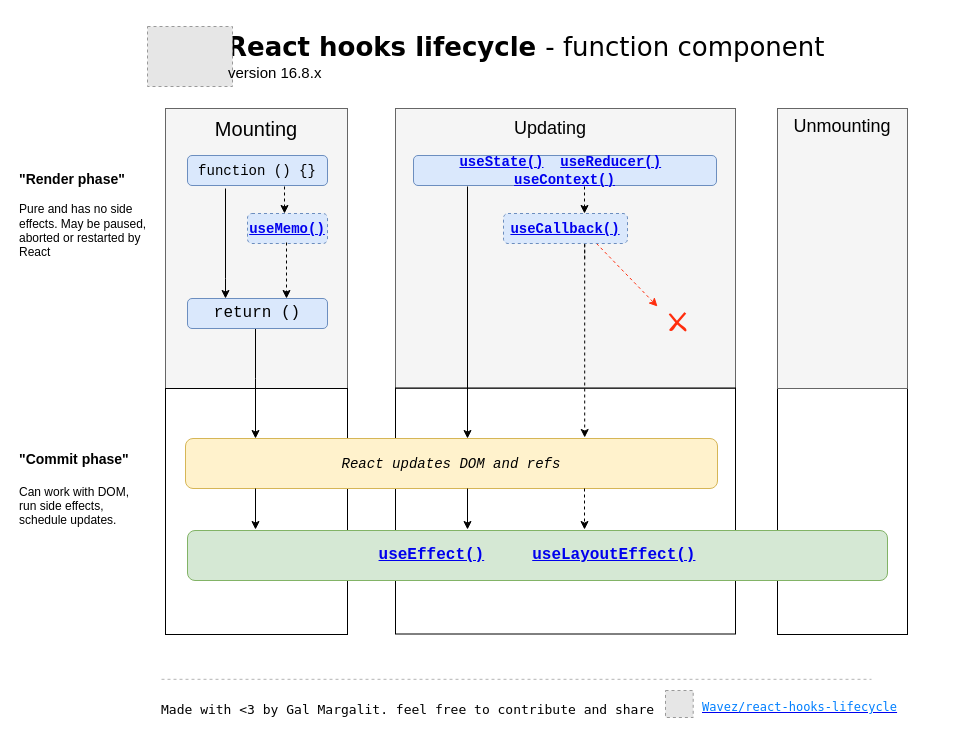
Above: index.drawio in Wavez/react-hooks-lifecycle (draw.io), before the change. Source tidied: cells renumbered, new cells numbered last; positions are measured from the earlier drawing's top-left corner, leaving out a move shared by most shapes. Both pictures are drawn from the tidied source at 100%, with x=0, y=0 at pixel (17, 26). Pictures stored in the file or linked from it are replaced by grey dashed boxes.
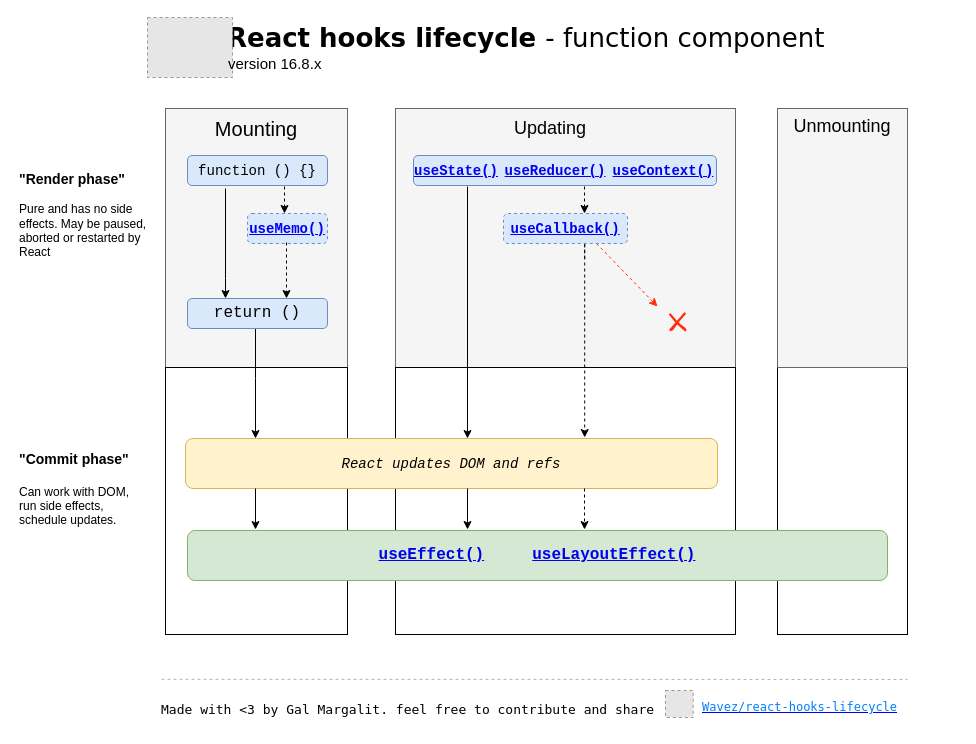
The same page after the edit.

Diff of the diagram source:
```diff
@@
     <mxCell id="2" style="rounded=0;whiteSpace=wrap;html=1;fillColor=none;" parent="1" vertex="1">
-      <mxGeometry x="760" y="362" width="130" height="246" as="geometry" />
+      <mxGeometry x="760" y="341" width="130" height="267" as="geometry" />
     </mxCell>
     <mxCell id="3" style="rounded=0;whiteSpace=wrap;html=1;fillColor=#f5f5f5;strokeColor=#666666;fontColor=#333333;" parent="1" vertex="1">
-      <mxGeometry x="148" y="82" width="182" height="280" as="geometry" />
+      <mxGeometry x="148" y="82" width="182" height="259" as="geometry" />
     </mxCell>
@@
     <mxCell id="7" value="Unmounting" style="group;fillColor=#f5f5f5;strokeColor=#666666;fontColor=#000000;fontSize=18;" parent="1" vertex="1">
-      <mxGeometry x="760" y="82" width="130" height="280" as="geometry" />
+      <mxGeometry x="760" y="82" width="130" height="259" as="geometry" />
     </mxCell>
@@
     <mxCell id="10" value="&lt;font style=&quot;font-size: 26px&quot;&gt;React hooks lifecycle &lt;span style=&quot;font-weight: normal&quot;&gt;- &lt;/span&gt;&lt;span style=&quot;font-weight: normal&quot;&gt;function component&lt;/span&gt;&lt;/font&gt;" style="text;html=1;align=left;verticalAlign=top;spacingTop=-4;fontFamily=Verdana;fontStyle=1;" parent="1" vertex="1">
-      <mxGeometry x="208" y="3" width="580" height="20" as="geometry" />
+      <mxGeometry x="208" y="-6" width="580" height="20" as="geometry" />
     </mxCell>
     <mxCell id="11" style="rounded=0;whiteSpace=wrap;html=1;fillColor=none;" parent="1" vertex="1">
-      <mxGeometry x="148" y="362" width="182" height="246" as="geometry" />
+      <mxGeometry x="148" y="341" width="182" height="267" as="geometry" />
     </mxCell>
@@
     <mxCell id="13" style="rounded=0;whiteSpace=wrap;html=1;fillColor=#f5f5f5;strokeColor=#666666;fontColor=#333333;" parent="1" vertex="1">
-      <mxGeometry x="378" y="82" width="340" height="280" as="geometry" />
+      <mxGeometry x="378" y="82" width="340" height="259" as="geometry" />
     </mxCell>
@@
-    <mxCell id="16" value="&lt;h3 id=&quot;static-getderivedstatefromprops&quot; style=&quot;white-space: normal&quot;&gt;&lt;code&gt;&lt;font style=&quot;font-size: 14px&quot; color=&quot;#3399ff&quot;&gt;&lt;a href=&quot;https://reactjs.org/docs/hooks-reference.html#usestate&quot;&gt;useState()&lt;/a&gt;&amp;nbsp; &lt;a href=&quot;https://reactjs.org/docs/hooks-reference.html#usereducer&quot;&gt;useReducer()&lt;/a&gt;&amp;nbsp; &lt;a href=&quot;https://reactjs.org/docs/hooks-reference.html#usecontext&quot;&gt;useContext()&lt;/a&gt;&lt;/font&gt;&lt;/code&gt;&lt;/h3&gt;" style="rounded=1;whiteSpace=wrap;html=1;fillColor=#dae8fc;strokeColor=#6c8ebf;" parent="1" vertex="1">
+    <mxCell id="16" style="rounded=1;whiteSpace=wrap;html=1;fillColor=#dae8fc;strokeColor=#6c8ebf;" parent="1" vertex="1">
       <mxGeometry x="396" y="129" width="303" height="30" as="geometry" />
     </mxCell>
     <mxCell id="17" style="rounded=0;whiteSpace=wrap;html=1;fillColor=none;" parent="1" vertex="1">
-      <mxGeometry x="378" y="361.5" width="340" height="246" as="geometry" />
+      <mxGeometry x="378" y="341" width="340" height="267" as="geometry" />
     </mxCell>
@@
     <mxCell id="20" style="fillColor=#E6E6E6;strokeColor=#999999;dashed=1;verticalLabelPosition=bottom;labelBackgroundColor=#ffffff;verticalAlign=top;" parent="1" vertex="1">
-      <mxGeometry x="130" width="85" height="60" as="geometry" />
+      <mxGeometry x="130" y="-9" width="85" height="60" as="geometry" />
     </mxCell>
     <mxCell id="21" style="group;" parent="1" vertex="1">
-      <mxGeometry x="142" y="652.8" width="800" height="47.2" as="geometry" />
+      <mxGeometry x="142" y="643.8" width="800" height="47.2" as="geometry" />
     </mxCell>
     <mxCell id="22" style="group;" parent="21" vertex="1">
-      <mxGeometry y="7.2" width="550" height="40" as="geometry" />
+      <mxGeometry y="16.2" width="550" height="40" as="geometry" />
     </mxCell>
@@
     <mxCell id="25" value="&lt;a href=&quot;https://github.com/Wavez/react-hooks-lifecycle&quot; style=&quot;font-size: 12px&quot;&gt;&lt;font color=&quot;#007fff&quot; style=&quot;font-size: 12px&quot; face=&quot;Lucida Console&quot;&gt;Wavez/react-hooks-lifecycle&lt;/font&gt;&lt;/a&gt;" style="text;html=1;align=left;verticalAlign=top;spacingTop=-4;fontSize=12;fontColor=#000000;" parent="21" vertex="1">
-      <mxGeometry x="540.5" y="18.2" width="205" height="15" as="geometry" />
+      <mxGeometry x="540.5" y="27.2" width="205" height="15" as="geometry" />
     </mxCell>
     <mxCell id="26" style="endArrow=none;dashed=1;html=1;fontFamily=Lucida Console;fontSize=12;fontColor=#000000;strokeColor=#B3B3B3;" parent="21" edge="1">
       <mxGeometry relative="1" as="geometry">
-        <mxPoint x="2" as="sourcePoint" />
-        <mxPoint x="712" as="targetPoint" />
+        <mxPoint x="2" y="9" as="sourcePoint" />
+        <mxPoint x="748" y="9.2" as="targetPoint" />
       </mxGeometry>
     </mxCell>
@@
     <mxCell id="39" value="version 16.8.x" style="text;html=1;align=left;verticalAlign=top;spacingTop=-4;fontSize=15;" parent="1" vertex="1">
-      <mxGeometry x="209" y="34.5" width="110" height="20" as="geometry" />
+      <mxGeometry x="209" y="25.5" width="110" height="20" as="geometry" />
     </mxCell>
+    <mxCell id="40" value="&lt;h3 id=&quot;static-getderivedstatefromprops&quot;&gt;&lt;code&gt;&lt;font color=&quot;#3399ff&quot; style=&quot;font-size: 14px&quot;&gt;&lt;a href=&quot;https://reactjs.org/docs/hooks-reference.html#usestate&quot;&gt;useState()&lt;/a&gt;&lt;/font&gt;&lt;/code&gt;&lt;/h3&gt;" style="text;html=1;strokeColor=none;fillColor=none;align=center;verticalAlign=middle;whiteSpace=wrap;rounded=0;" parent="1" vertex="1">
+      <mxGeometry x="419" y="134" width="40" height="20" as="geometry" />
+    </mxCell>
+    <mxCell id="41" value="&lt;h3 id=&quot;static-getderivedstatefromprops&quot;&gt;&lt;code&gt;&lt;font color=&quot;#3399ff&quot; style=&quot;font-size: 14px&quot;&gt;&lt;a href=&quot;https://reactjs.org/docs/hooks-reference.html#usereducer&quot;&gt;useReducer()&lt;/a&gt;&lt;/font&gt;&lt;/code&gt;&lt;/h3&gt;" style="text;html=1;strokeColor=none;fillColor=none;align=center;verticalAlign=middle;whiteSpace=wrap;rounded=0;" parent="1" vertex="1">
+      <mxGeometry x="518" y="134" width="40" height="20" as="geometry" />
+    </mxCell>
+    <mxCell id="42" value="&lt;h3 id=&quot;static-getderivedstatefromprops&quot;&gt;&lt;code&gt;&lt;font color=&quot;#3399ff&quot; style=&quot;font-size: 14px&quot;&gt;&lt;a href=&quot;https://reactjs.org/docs/hooks-reference.html#usecontext&quot;&gt;useContext()&lt;/a&gt;&lt;/font&gt;&lt;/code&gt;&lt;/h3&gt;" style="text;html=1;strokeColor=none;fillColor=none;align=center;verticalAlign=middle;whiteSpace=wrap;rounded=0;" parent="1" vertex="1">
+      <mxGeometry x="625.5" y="134" width="40" height="20" as="geometry" />
+    </mxCell>
```
